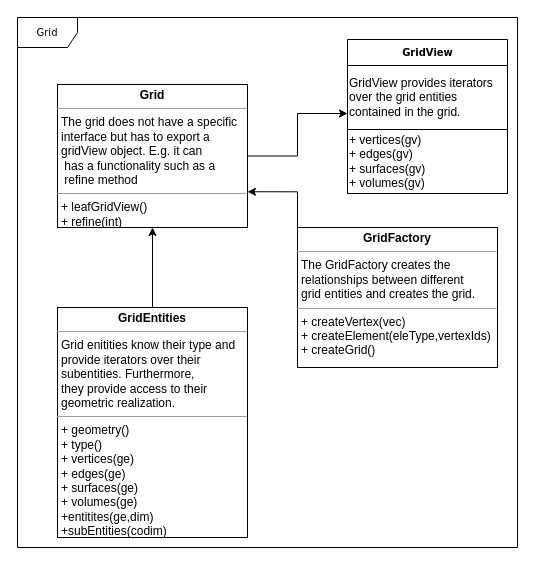
Above: docs/website/diagrams/UMLGrid.drawio in ikarus-project/ikarus (draw.io), before the change. Source tidied: cells renumbered, new cells numbered last; positions are measured from the earlier drawing's top-left corner, leaving out a move shared by most shapes. Both pictures are drawn from the tidied source at 100%, with x=0, y=0 at pixel (17, 17).
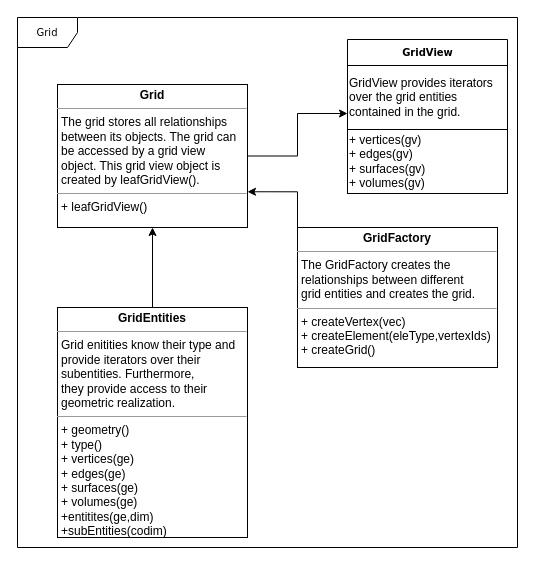
The same page after the edit.

Commit message (it also covers changes not shown here):
Moved UML from tutorial to theory

Diff of the diagram source:
```diff
@@
 <mxGraphModel>
   <root>
     <mxCell id="0" />
     <mxCell id="1" parent="0" />
     <mxCell id="2" value="Grid" style="shape=umlFrame;whiteSpace=wrap;html=1;rounded=0;shadow=0;comic=0;labelBackgroundColor=none;strokeWidth=1;fontFamily=Verdana;fontSize=10;align=center;" parent="1" vertex="1">
       <mxGeometry width="500" height="530" as="geometry" />
     </mxCell>
     <mxCell id="3" value="&lt;b&gt;GridView&lt;/b&gt;" style="swimlane;html=1;fontStyle=0;horizontal=1;startSize=26;swimlaneFillColor=#ffffff;rounded=0;shadow=0;comic=0;labelBackgroundColor=none;strokeWidth=1;fontFamily=Verdana;fontSize=10;align=center;" parent="1" vertex="1">
       <mxGeometry x="330" y="22" width="160" height="154" as="geometry" />
     </mxCell>
     <mxCell id="4" value="GridView provides iterators over the grid entities contained in the grid." style="rounded=0;whiteSpace=wrap;html=1;align=left;" parent="3" vertex="1">
       <mxGeometry y="26" width="160" height="64" as="geometry" />
     </mxCell>
     <mxCell id="5" value="+ vertices(gv)&lt;br&gt;+ edges(gv)&lt;br&gt;+ surfaces(gv)&lt;br&gt;+ volumes(gv)" style="rounded=0;whiteSpace=wrap;html=1;align=left;" parent="3" vertex="1">
       <mxGeometry y="90" width="160" height="64" as="geometry" />
     </mxCell>
     <mxCell id="6" style="edgeStyle=orthogonalEdgeStyle;rounded=0;jettySize=auto;html=1;exitX=1;exitY=0.5;exitDx=0;exitDy=0;entryX=0;entryY=0.75;entryDx=0;entryDy=0;" parent="1" edge="1" source="7" target="4">
       <mxGeometry relative="1" as="geometry" />
     </mxCell>
-    <mxCell id="7" value="&lt;p style=&quot;margin: 0px ; margin-top: 4px ; text-align: center&quot;&gt;&lt;b&gt;Grid&lt;/b&gt;&lt;/p&gt;&lt;hr size=&quot;1&quot;&gt;&lt;p style=&quot;margin: 0px ; margin-left: 4px&quot;&gt;The grid does not have a specific&lt;/p&gt;&lt;p style=&quot;margin: 0px ; margin-left: 4px&quot;&gt;interface but has to export a&amp;nbsp;&lt;/p&gt;&lt;p style=&quot;margin: 0px ; margin-left: 4px&quot;&gt;gridView object. E.g. it can&lt;/p&gt;&lt;p style=&quot;margin: 0px ; margin-left: 4px&quot;&gt;&amp;nbsp;has a functionality such as a&lt;/p&gt;&lt;p style=&quot;margin: 0px ; margin-left: 4px&quot;&gt;&amp;nbsp;refine method&lt;/p&gt;&lt;hr size=&quot;1&quot;&gt;&lt;p style=&quot;margin: 0px ; margin-left: 4px&quot;&gt;+ leafGridView()&lt;/p&gt;&lt;p style=&quot;margin: 0px ; margin-left: 4px&quot;&gt;+ refine(int)&lt;/p&gt;" style="verticalAlign=top;align=left;overflow=fill;fontSize=12;fontFamily=Helvetica;html=1;rounded=0;shadow=0;comic=0;labelBackgroundColor=none;strokeWidth=1;" parent="1" vertex="1">
+    <mxCell id="7" value="&lt;p style=&quot;margin: 0px ; margin-top: 4px ; text-align: center&quot;&gt;&lt;b&gt;Grid&lt;/b&gt;&lt;/p&gt;&lt;hr size=&quot;1&quot;&gt;&lt;p style=&quot;margin: 0px ; margin-left: 4px&quot;&gt;The grid stores all relationships&lt;/p&gt;&lt;p style=&quot;margin: 0px ; margin-left: 4px&quot;&gt;between its objects. The grid can&lt;/p&gt;&lt;p style=&quot;margin: 0px ; margin-left: 4px&quot;&gt;be accessed by a grid view&amp;nbsp;&lt;/p&gt;&lt;p style=&quot;margin: 0px ; margin-left: 4px&quot;&gt;object. This grid view object is&lt;/p&gt;&lt;p style=&quot;margin: 0px ; margin-left: 4px&quot;&gt;created by leafGridView().&lt;/p&gt;&lt;hr size=&quot;1&quot;&gt;&lt;p style=&quot;margin: 0px ; margin-left: 4px&quot;&gt;+ leafGridView()&lt;/p&gt;" style="verticalAlign=top;align=left;overflow=fill;fontSize=12;fontFamily=Helvetica;html=1;rounded=0;shadow=0;comic=0;labelBackgroundColor=none;strokeWidth=1;" parent="1" vertex="1">
       <mxGeometry x="40" y="67" width="190" height="143" as="geometry" />
     </mxCell>
     <mxCell id="8" value="&lt;p style=&quot;margin: 0px ; margin-top: 4px ; text-align: center&quot;&gt;&lt;b&gt;GridEntities&lt;/b&gt;&lt;/p&gt;&lt;hr size=&quot;1&quot;&gt;&lt;p style=&quot;margin: 0px ; margin-left: 4px&quot;&gt;Grid enitities know their type and&amp;nbsp;&lt;/p&gt;&lt;p style=&quot;margin: 0px ; margin-left: 4px&quot;&gt;provide iterators over their&amp;nbsp;&lt;/p&gt;&lt;p style=&quot;margin: 0px ; margin-left: 4px&quot;&gt;subentities. Furthermore,&amp;nbsp;&lt;/p&gt;&lt;p style=&quot;margin: 0px ; margin-left: 4px&quot;&gt;they provide access to their&amp;nbsp;&lt;/p&gt;&lt;p style=&quot;margin: 0px ; margin-left: 4px&quot;&gt;geometric realization.&lt;/p&gt;&lt;hr size=&quot;1&quot;&gt;&lt;p style=&quot;margin: 0px ; margin-left: 4px&quot;&gt;&lt;span&gt;+ geometry()&lt;/span&gt;&lt;br&gt;&lt;/p&gt;&lt;p style=&quot;margin: 0px ; margin-left: 4px&quot;&gt;&lt;span&gt;+ type()&lt;/span&gt;&lt;/p&gt;&lt;p style=&quot;margin: 0px ; margin-left: 4px&quot;&gt;&lt;span&gt;+ vertices(ge)&lt;/span&gt;&lt;br&gt;&lt;span&gt;+ edges(ge)&lt;/span&gt;&lt;br&gt;&lt;span&gt;+ surfaces(ge)&lt;/span&gt;&lt;br&gt;&lt;span&gt;+ volumes(ge)&lt;/span&gt;&lt;span&gt;&lt;br&gt;&lt;/span&gt;&lt;/p&gt;&lt;p style=&quot;margin: 0px ; margin-left: 4px&quot;&gt;+entitites(ge,dim)&lt;/p&gt;&lt;p style=&quot;margin: 0px ; margin-left: 4px&quot;&gt;+subEntities(codim)&lt;/p&gt;" style="verticalAlign=top;align=left;overflow=fill;fontSize=12;fontFamily=Helvetica;html=1;rounded=0;shadow=0;comic=0;labelBackgroundColor=none;strokeWidth=1;" parent="1" vertex="1">
       <mxGeometry x="40" y="290" width="190" height="230" as="geometry" />
     </mxCell>
     <mxCell id="9" style="edgeStyle=orthogonalEdgeStyle;rounded=0;jettySize=auto;html=1;exitX=0;exitY=0;exitDx=0;exitDy=0;entryX=1;entryY=0.75;entryDx=0;entryDy=0;" parent="1" edge="1" source="10" target="7">
       <mxGeometry relative="1" as="geometry" />
     </mxCell>
     <mxCell id="10" value="&lt;p style=&quot;margin: 0px ; margin-top: 4px ; text-align: center&quot;&gt;&lt;b&gt;GridFactory&lt;/b&gt;&lt;/p&gt;&lt;hr size=&quot;1&quot;&gt;&lt;p style=&quot;margin: 0px ; margin-left: 4px&quot;&gt;The GridFactory creates the&amp;nbsp;&lt;/p&gt;&lt;p style=&quot;margin: 0px ; margin-left: 4px&quot;&gt;relationships between&amp;nbsp;&lt;span&gt;different&amp;nbsp;&lt;/span&gt;&lt;/p&gt;&lt;p style=&quot;margin: 0px ; margin-left: 4px&quot;&gt;&lt;span&gt;grid entities and creates the grid.&lt;/span&gt;&lt;/p&gt;&lt;hr size=&quot;1&quot;&gt;&lt;p style=&quot;margin: 0px ; margin-left: 4px&quot;&gt;+ createVertex(vec)&lt;/p&gt;&lt;p style=&quot;margin: 0px ; margin-left: 4px&quot;&gt;+ createElement(eleType,vertexIds)&lt;/p&gt;&lt;p style=&quot;margin: 0px ; margin-left: 4px&quot;&gt;+ createGrid()&lt;/p&gt;" style="verticalAlign=top;align=left;overflow=fill;fontSize=12;fontFamily=Helvetica;html=1;rounded=0;shadow=0;comic=0;labelBackgroundColor=none;strokeWidth=1;" parent="1" vertex="1">
       <mxGeometry x="280" y="210" width="200" height="140" as="geometry" />
     </mxCell>
     <mxCell id="11" style="edgeStyle=orthogonalEdgeStyle;rounded=0;jettySize=auto;html=1;exitX=0.5;exitY=0;exitDx=0;exitDy=0;entryX=0.5;entryY=1;entryDx=0;entryDy=0;" parent="1" edge="1" source="8" target="7">
       <mxGeometry relative="1" as="geometry" />
     </mxCell>
   </root>
 </mxGraphModel>
```
